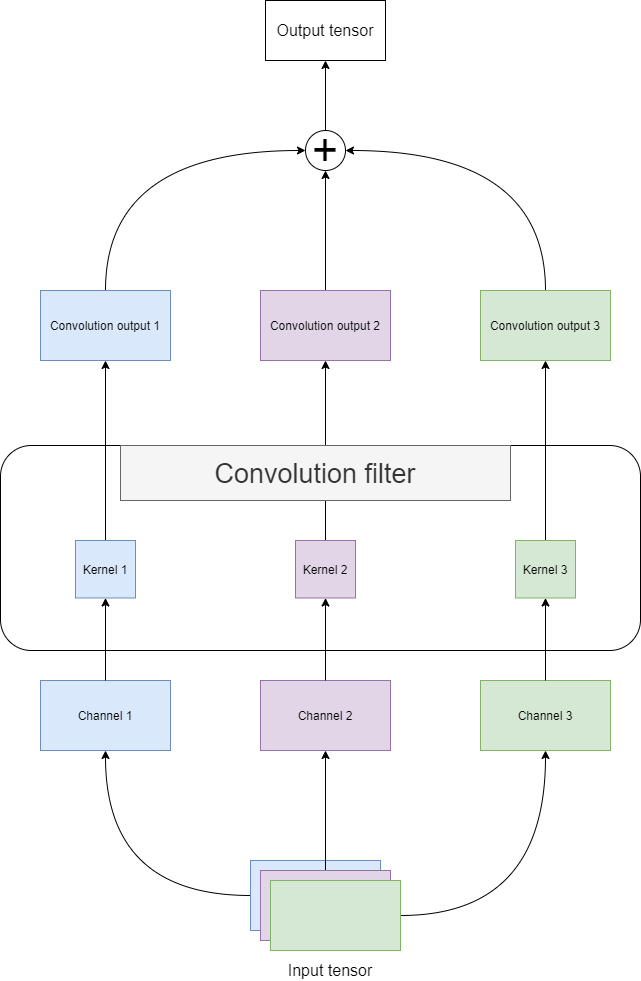
This is images/multich_conv.png from YuriyKortev/FQW, a draw.io export, as it was before one commit. Source tidied: cells renumbered, new cells last; positions are measured from the earlier drawing's top-left corner, leaving out a move shared by most shapes. Its diagram source:
```xml
<mxGraphModel>
  <root>
    <mxCell id="0" />
    <mxCell id="1" parent="0" />
    <mxCell id="2" style="edgeStyle=orthogonalEdgeStyle;rounded=0;jettySize=auto;html=1;entryX=0.5;entryY=1;entryDx=0;entryDy=0;curved=1;" parent="1" edge="1" source="3" target="8">
      <mxGeometry relative="1" as="geometry" />
    </mxCell>
    <mxCell id="3" style="rounded=0;whiteSpace=wrap;html=1;fillColor=#dae8fc;strokeColor=#6c8ebf;" parent="1" vertex="1">
      <mxGeometry x="250" y="860" width="130" height="70" as="geometry" />
    </mxCell>
    <mxCell id="4" style="edgeStyle=orthogonalEdgeStyle;curved=1;rounded=0;jettySize=auto;html=1;entryX=0.5;entryY=1;entryDx=0;entryDy=0;" parent="1" edge="1" source="5" target="9">
      <mxGeometry relative="1" as="geometry" />
    </mxCell>
    <mxCell id="5" style="rounded=0;whiteSpace=wrap;html=1;fillColor=#e1d5e7;strokeColor=#9673a6;" parent="1" vertex="1">
      <mxGeometry x="260" y="870" width="130" height="70" as="geometry" />
    </mxCell>
    <mxCell id="6" style="edgeStyle=orthogonalEdgeStyle;curved=1;rounded=0;jettySize=auto;html=1;entryX=0.5;entryY=1;entryDx=0;entryDy=0;" parent="1" edge="1" source="7" target="10">
      <mxGeometry relative="1" as="geometry" />
    </mxCell>
    <mxCell id="7" style="rounded=0;whiteSpace=wrap;html=1;fillColor=#d5e8d4;strokeColor=#82b366;" parent="1" vertex="1">
      <mxGeometry x="270" y="880" width="130" height="70" as="geometry" />
    </mxCell>
    <mxCell id="8" value="Channel 1" style="rounded=0;whiteSpace=wrap;html=1;fillColor=#dae8fc;strokeColor=#6c8ebf;" parent="1" vertex="1">
      <mxGeometry x="40" y="680" width="130" height="70" as="geometry" />
    </mxCell>
    <mxCell id="9" value="Channel 2" style="rounded=0;whiteSpace=wrap;html=1;fillColor=#e1d5e7;strokeColor=#9673a6;" parent="1" vertex="1">
      <mxGeometry x="260" y="680" width="130" height="70" as="geometry" />
    </mxCell>
    <mxCell id="10" value="Channel 3" style="rounded=0;whiteSpace=wrap;html=1;fillColor=#d5e8d4;strokeColor=#82b366;" parent="1" vertex="1">
      <mxGeometry x="480" y="680" width="130" height="70" as="geometry" />
    </mxCell>
    <mxCell id="11" style="rounded=1;whiteSpace=wrap;html=1;" parent="1" vertex="1">
      <mxGeometry y="445" width="640" height="205" as="geometry" />
    </mxCell>
    <mxCell id="12" style="edgeStyle=orthogonalEdgeStyle;curved=1;rounded=0;jettySize=auto;html=1;entryX=0.5;entryY=1;entryDx=0;entryDy=0;" parent="1" edge="1" source="13" target="22">
      <mxGeometry relative="1" as="geometry" />
    </mxCell>
    <mxCell id="13" value="Kernel 1" style="rounded=0;whiteSpace=wrap;html=1;fillColor=#dae8fc;strokeColor=#6c8ebf;" parent="1" vertex="1">
      <mxGeometry x="75" y="540" width="60" height="57.5" as="geometry" />
    </mxCell>
    <mxCell id="14" style="edgeStyle=orthogonalEdgeStyle;curved=1;rounded=0;jettySize=auto;html=1;entryX=0.5;entryY=1;entryDx=0;entryDy=0;" parent="1" edge="1" source="15" target="24">
      <mxGeometry relative="1" as="geometry" />
    </mxCell>
    <mxCell id="15" value="Kernel 2" style="rounded=0;whiteSpace=wrap;html=1;fillColor=#e1d5e7;strokeColor=#9673a6;" parent="1" vertex="1">
      <mxGeometry x="295" y="540" width="60" height="57.5" as="geometry" />
    </mxCell>
    <mxCell id="16" style="edgeStyle=orthogonalEdgeStyle;curved=1;rounded=0;jettySize=auto;html=1;entryX=0.5;entryY=1;entryDx=0;entryDy=0;" parent="1" edge="1" source="17" target="26">
      <mxGeometry relative="1" as="geometry" />
    </mxCell>
    <mxCell id="17" value="Kernel 3" style="rounded=0;whiteSpace=wrap;html=1;fillColor=#d5e8d4;strokeColor=#82b366;" parent="1" vertex="1">
      <mxGeometry x="515" y="540" width="60" height="57.5" as="geometry" />
    </mxCell>
    <mxCell id="18" style="edgeStyle=orthogonalEdgeStyle;curved=1;rounded=0;jettySize=auto;html=1;" parent="1" edge="1" source="8" target="13">
      <mxGeometry relative="1" as="geometry" />
    </mxCell>
    <mxCell id="19" style="edgeStyle=orthogonalEdgeStyle;curved=1;rounded=0;jettySize=auto;html=1;entryX=0.5;entryY=1;entryDx=0;entryDy=0;" parent="1" edge="1" source="10" target="17">
      <mxGeometry relative="1" as="geometry" />
    </mxCell>
    <mxCell id="20" style="edgeStyle=orthogonalEdgeStyle;curved=1;rounded=0;jettySize=auto;html=1;entryX=0.5;entryY=1;entryDx=0;entryDy=0;" parent="1" edge="1" source="9" target="15">
      <mxGeometry relative="1" as="geometry" />
    </mxCell>
    <mxCell id="21" style="edgeStyle=orthogonalEdgeStyle;curved=1;rounded=0;jettySize=auto;html=1;entryX=0;entryY=0.5;entryDx=0;entryDy=0;exitX=0.5;exitY=0;exitDx=0;exitDy=0;" parent="1" edge="1" source="22" target="30">
      <mxGeometry relative="1" as="geometry" />
    </mxCell>
    <mxCell id="22" value="Convolution output 1" style="rounded=0;whiteSpace=wrap;html=1;fillColor=#dae8fc;strokeColor=#6c8ebf;" parent="1" vertex="1">
      <mxGeometry x="40" y="290" width="130" height="70" as="geometry" />
    </mxCell>
    <mxCell id="23" style="edgeStyle=orthogonalEdgeStyle;curved=1;rounded=0;jettySize=auto;html=1;entryX=0.5;entryY=1;entryDx=0;entryDy=0;" parent="1" edge="1" source="24" target="30">
      <mxGeometry relative="1" as="geometry" />
    </mxCell>
    <mxCell id="24" value="&lt;span&gt;Convolution output 2&lt;/span&gt;" style="rounded=0;whiteSpace=wrap;html=1;fillColor=#e1d5e7;strokeColor=#9673a6;" parent="1" vertex="1">
      <mxGeometry x="260" y="290" width="130" height="70" as="geometry" />
    </mxCell>
    <mxCell id="25" style="edgeStyle=orthogonalEdgeStyle;curved=1;rounded=0;jettySize=auto;html=1;entryX=1;entryY=0.5;entryDx=0;entryDy=0;exitX=0.5;exitY=0;exitDx=0;exitDy=0;" parent="1" edge="1" source="26" target="30">
      <mxGeometry relative="1" as="geometry" />
    </mxCell>
    <mxCell id="26" value="&lt;span&gt;Convolution output 3&lt;/span&gt;" style="rounded=0;whiteSpace=wrap;html=1;fillColor=#d5e8d4;strokeColor=#82b366;" parent="1" vertex="1">
      <mxGeometry x="480" y="290" width="130" height="70" as="geometry" />
    </mxCell>
    <mxCell id="27" value="&lt;font style=&quot;font-size: 16px&quot;&gt;Input tensor&lt;/font&gt;" style="text;html=1;strokeColor=none;fillColor=none;align=center;verticalAlign=middle;whiteSpace=wrap;rounded=0;" parent="1" vertex="1">
      <mxGeometry x="280" y="960" width="100" height="20" as="geometry" />
    </mxCell>
    <mxCell id="28" value="&lt;font style=&quot;font-size: 27px&quot;&gt;Convolution filter&lt;/font&gt;" style="text;html=1;strokeColor=#666666;fillColor=#f5f5f5;align=center;verticalAlign=middle;whiteSpace=wrap;rounded=0;fontColor=#333333;" parent="1" vertex="1">
      <mxGeometry x="120" y="445" width="390" height="55" as="geometry" />
    </mxCell>
    <mxCell id="29" style="edgeStyle=orthogonalEdgeStyle;curved=1;rounded=0;jettySize=auto;html=1;entryX=0.5;entryY=1;entryDx=0;entryDy=0;" parent="1" edge="1" source="30" target="31">
      <mxGeometry relative="1" as="geometry" />
    </mxCell>
    <mxCell id="30" value="&lt;font style=&quot;font-size: 45px&quot;&gt;+&lt;/font&gt;" style="ellipse;whiteSpace=wrap;html=1;" parent="1" vertex="1">
      <mxGeometry x="305" y="130" width="40" height="40" as="geometry" />
    </mxCell>
    <mxCell id="31" value="&lt;font style=&quot;font-size: 16px&quot;&gt;Output tensor&lt;/font&gt;" style="rounded=0;whiteSpace=wrap;html=1;" parent="1" vertex="1">
      <mxGeometry x="265" width="120" height="60" as="geometry" />
    </mxCell>
  </root>
</mxGraphModel>
```
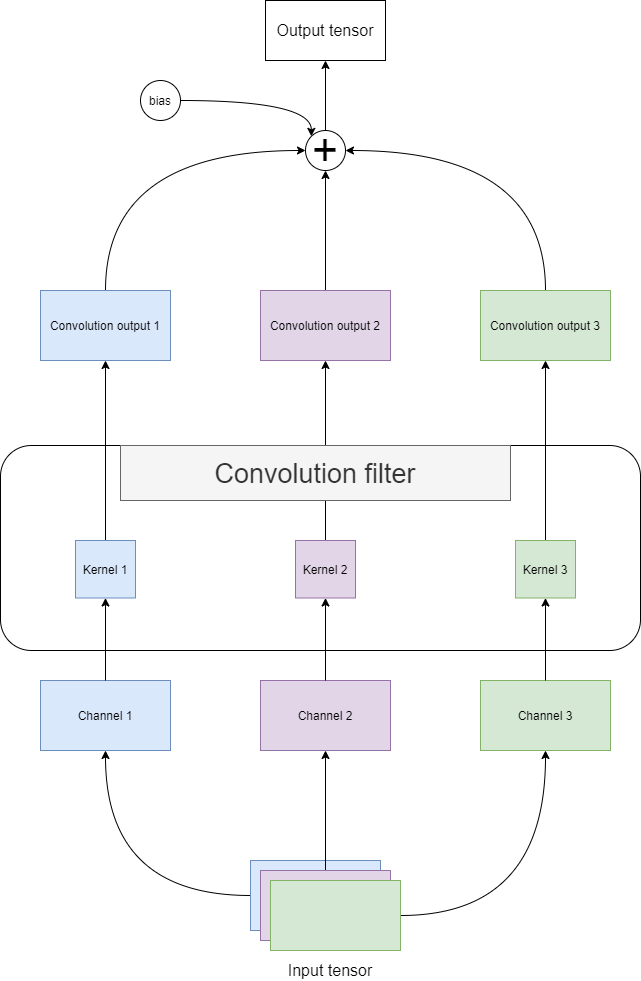
After the change.

Change to the diagram source:
```diff
@@ -92,5 +92,11 @@
     <mxCell id="31" value="&lt;font style=&quot;font-size: 16px&quot;&gt;Output tensor&lt;/font&gt;" style="rounded=0;whiteSpace=wrap;html=1;" parent="1" vertex="1">
       <mxGeometry x="265" width="120" height="60" as="geometry" />
     </mxCell>
+    <mxCell id="32" style="edgeStyle=orthogonalEdgeStyle;rounded=0;jettySize=auto;html=1;curved=1;entryX=0;entryY=0;entryDx=0;entryDy=0;" parent="1" edge="1" source="33" target="30">
+      <mxGeometry relative="1" as="geometry" />
+    </mxCell>
+    <mxCell id="33" value="bias" style="ellipse;whiteSpace=wrap;html=1;" parent="1" vertex="1">
+      <mxGeometry x="140" y="80" width="40" height="40" as="geometry" />
+    </mxCell>
   </root>
 </mxGraphModel>
```
